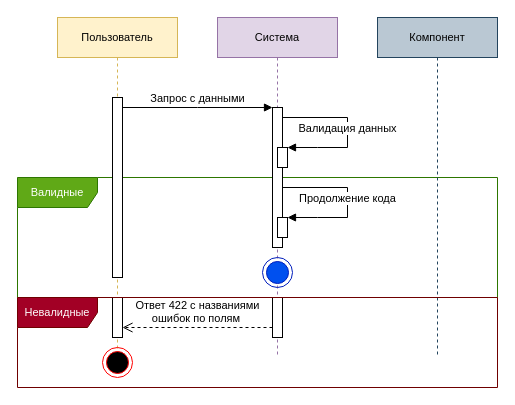
Before: page "Валидация" (1 of 3) of docs/report/res/последовательности/Общее.drawio in Zamelane/course-project-4, a draw.io diagram. Source tidied: cells renumbered, new cells numbered last; positions are measured from the earlier drawing's top-left corner, leaving out a move shared by most shapes. Both pictures are drawn from the tidied source at 100%, with x=0, y=0 at pixel (17, 17).
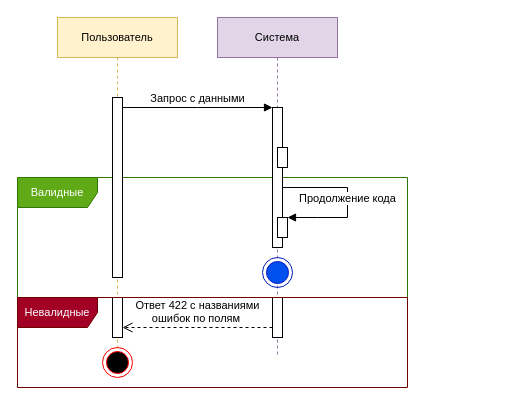
The same diagram, later.

Diff of the diagram source:
```diff
@@
     <mxCell id="3" value="Валидные" style="shape=umlFrame;whiteSpace=wrap;html=1;labelBackgroundColor=none;strokeColor=#2D7600;fontFamily=Helvetica;fontSize=11;fillColor=#60a917;fontColor=#ffffff;width=80;height=30;" parent="1" vertex="1">
-      <mxGeometry y="160" width="480" height="120" as="geometry" />
+      <mxGeometry y="160" width="390" height="120" as="geometry" />
     </mxCell>
-    <mxCell id="4" value="Компонент" style="shape=umlLifeline;perimeter=lifelinePerimeter;whiteSpace=wrap;html=1;labelBackgroundColor=none;fontFamily=Helvetica;fontSize=11;fillColor=#bac8d3;strokeColor=#23445d;" parent="1" vertex="1">
-      <mxGeometry x="360" width="120" height="340" as="geometry" />
-    </mxCell>
-    <mxCell id="5" value="Валидация данных" style="html=1;verticalAlign=bottom;endArrow=block;rounded=0;labelBackgroundColor=default;strokeColor=default;fontFamily=Helvetica;fontSize=11;fontColor=default;shape=connector;curved=0;" parent="4" edge="1">
-      <mxGeometry x="0.1" relative="1" as="geometry">
-        <mxPoint x="-95" y="100" as="sourcePoint" />
-        <mxPoint x="-90" y="130" as="targetPoint" />
-        <Array as="points">
-          <mxPoint x="-30" y="100" />
-          <mxPoint x="-30" y="130" />
-          <mxPoint x="-60" y="130" />
-        </Array>
-      </mxGeometry>
-    </mxCell>
@@
     <mxCell id="15" value="Невалидные" style="shape=umlFrame;whiteSpace=wrap;html=1;labelBackgroundColor=none;strokeColor=#6F0000;fontFamily=Helvetica;fontSize=11;fillColor=#a20025;fontColor=#ffffff;width=80;height=30;" parent="1" vertex="1">
-      <mxGeometry y="280" width="480" height="90" as="geometry" />
+      <mxGeometry y="280" width="390" height="90" as="geometry" />
     </mxCell>
```
